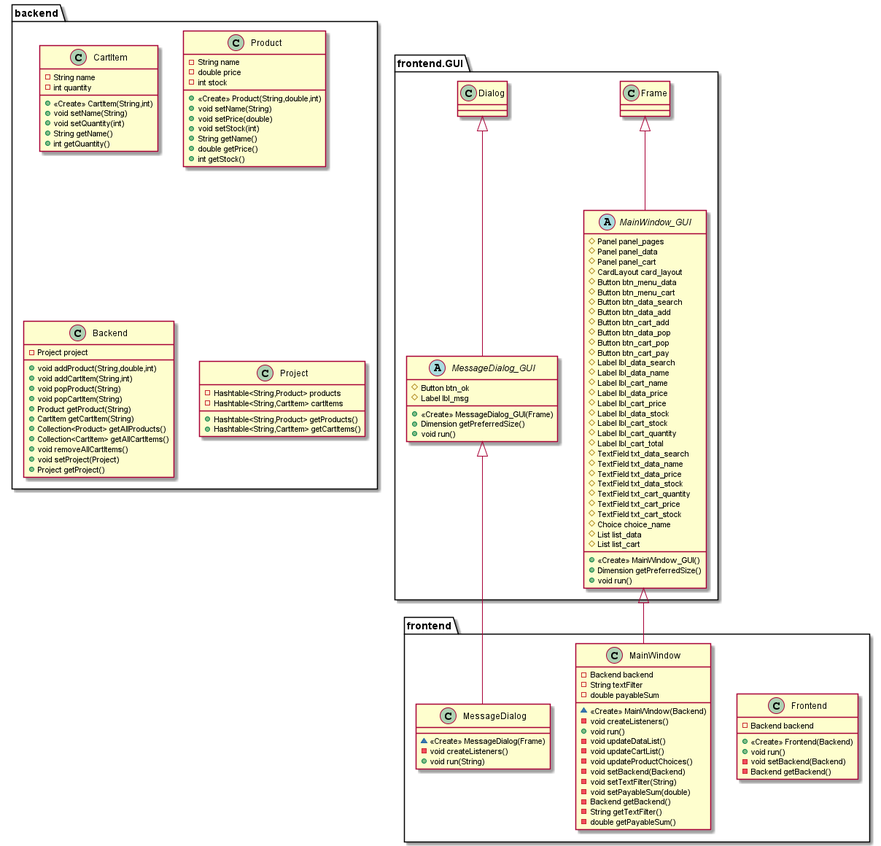
Earlier version of the PlantUML export UML.png (AdrianWillianFrasson/DAS5308_Trabalho_2).
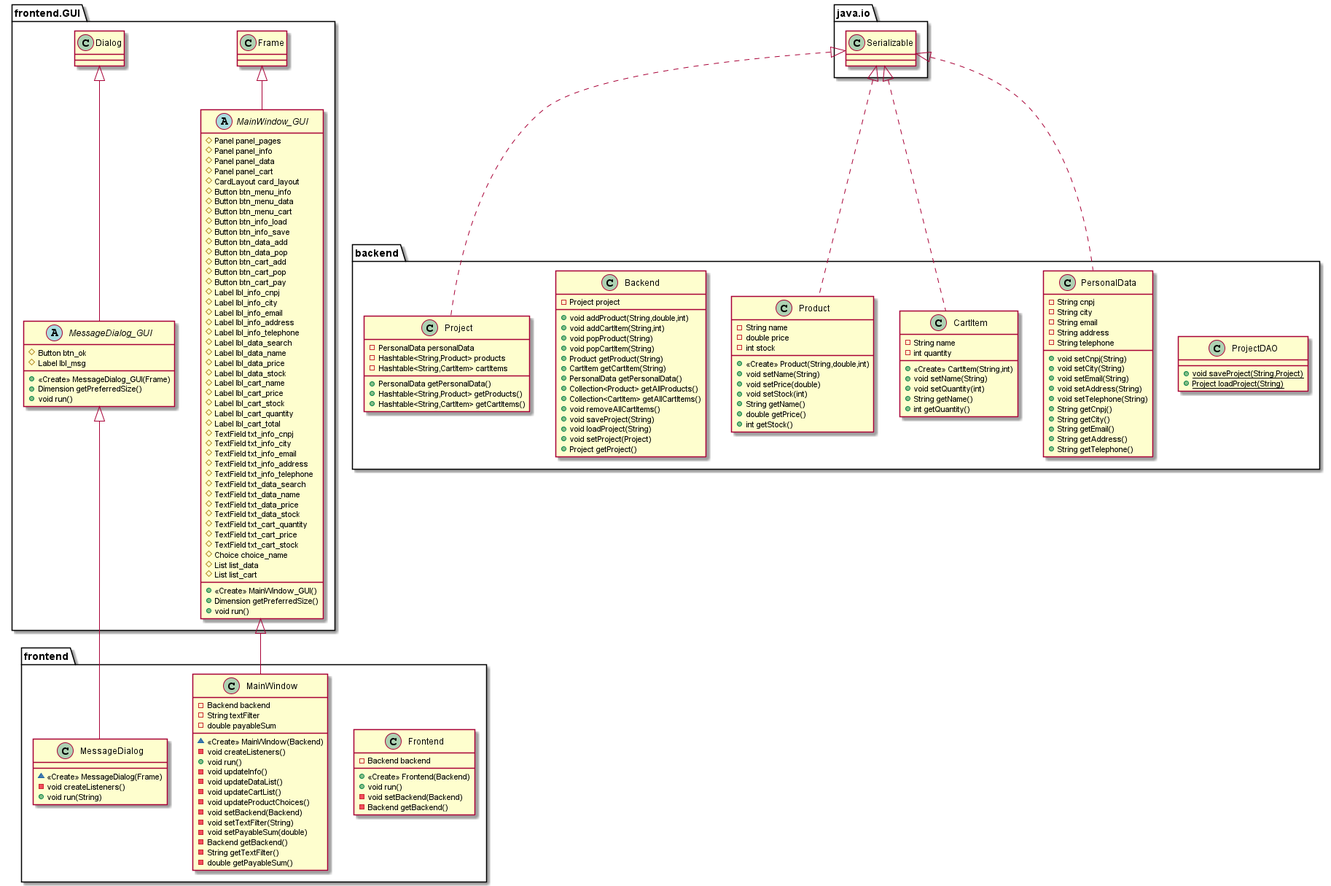
After the change.

Diff of the diagram source:
```diff
@@ -1,26 +1,39 @@
 @startuml
 abstract class frontend.GUI.MainWindow_GUI {
 # Panel panel_pages
+# Panel panel_info
 # Panel panel_data
 # Panel panel_cart
 # CardLayout card_layout
+# Button btn_menu_info
 # Button btn_menu_data
 # Button btn_menu_cart
-# Button btn_data_search
+# Button btn_info_load
+# Button btn_info_save
 # Button btn_data_add
+# Button btn_data_pop
 # Button btn_cart_add
-# Button btn_data_pop
 # Button btn_cart_pop
 # Button btn_cart_pay
+# Label lbl_info_cnpj
+# Label lbl_info_city
+# Label lbl_info_email
+# Label lbl_info_address
+# Label lbl_info_telephone
 # Label lbl_data_search
 # Label lbl_data_name
+# Label lbl_data_price
+# Label lbl_data_stock
 # Label lbl_cart_name
-# Label lbl_data_price
 # Label lbl_cart_price
-# Label lbl_data_stock
 # Label lbl_cart_stock
 # Label lbl_cart_quantity
 # Label lbl_cart_total
+# TextField txt_info_cnpj
+# TextField txt_info_city
+# TextField txt_info_email
+# TextField txt_info_address
+# TextField txt_info_telephone
 # TextField txt_data_search
 # TextField txt_data_name
 # TextField txt_data_price
@@ -34,6 +47,27 @@
 + <<Create>> MainWindow_GUI()
 + Dimension getPreferredSize()
 + void run()
+}
+class backend.ProjectDAO {
++ {static} void saveProject(String,Project)
++ {static} Project loadProject(String)
+}
+class backend.PersonalData {
+- String cnpj
+- String city
+- String email
+- String address
+- String telephone
++ void setCnpj(String)
++ void setCity(String)
++ void setEmail(String)
++ void setAddress(String)
++ void setTelephone(String)
++ String getCnpj()
++ String getCity()
++ String getEmail()
++ String getAddress()
++ String getTelephone()
 }
 class backend.CartItem {
 - String name
@@ -65,6 +99,7 @@
 ~ <<Create>> MainWindow(Backend)
 - void createListeners()
 + void run()
+- void updateInfo()
 - void updateDataList()
 - void updateCartList()
 - void updateProductChoices()
@@ -95,15 +130,20 @@
 + void popCartItem(String)
 + Product getProduct(String)
 + CartItem getCartItem(String)
++ PersonalData getPersonalData()
 + Collection<Product> getAllProducts()
 + Collection<CartItem> getAllCartItems()
 + void removeAllCartItems()
++ void saveProject(String)
++ void loadProject(String)
 + void setProject(Project)
 + Project getProject()
 }
 class backend.Project {
+- PersonalData personalData
 - Hashtable<String,Product> products
 - Hashtable<String,CartItem> cartItems
++ PersonalData getPersonalData()
 + Hashtable<String,Product> getProducts()
 + Hashtable<String,CartItem> getCartItems()
 }
@@ -115,7 +155,11 @@
 
 
 frontend.GUI.Frame <|-- frontend.GUI.MainWindow_GUI
+java.io.Serializable <|.. backend.PersonalData
+java.io.Serializable <|.. backend.CartItem
 frontend.GUI.Dialog <|-- frontend.GUI.MessageDialog_GUI
 frontend.GUI.MainWindow_GUI <|-- frontend.MainWindow
+java.io.Serializable <|.. backend.Product
+java.io.Serializable <|.. backend.Project
 frontend.GUI.MessageDialog_GUI <|-- frontend.MessageDialog
 @enduml
```
